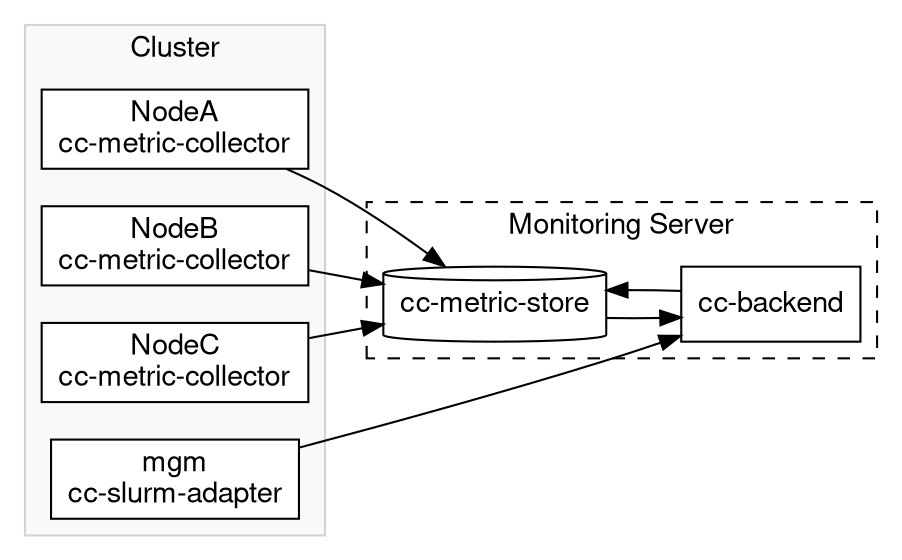
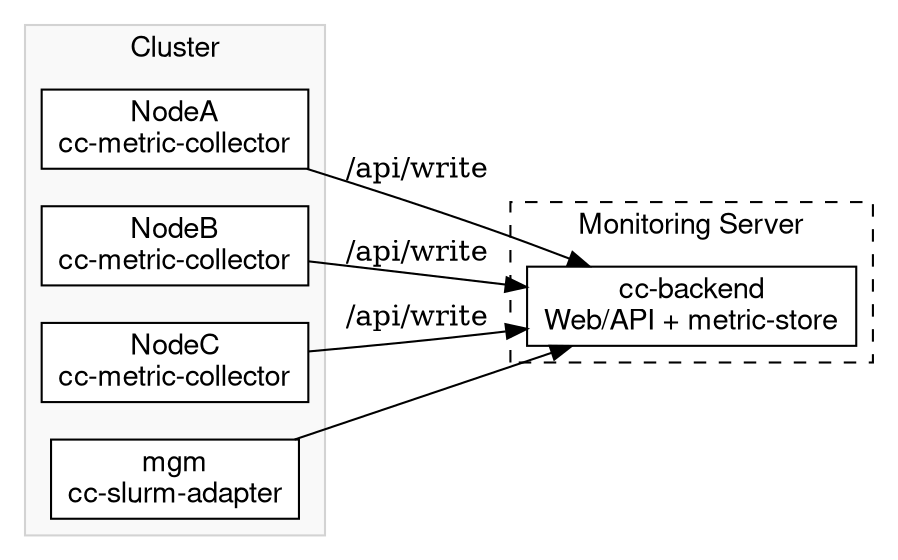
digraph G {
  rankdir=LR;
  fontname="Helvetica,Arial,sans-serif";

  // --- Cluster-Teil ---
  subgraph cluster_cluster {
    label="Cluster";
    color=lightgrey;
    style=filled;
    fillcolor="#f9f9f9";
    node [shape=box, style=filled, fillcolor=white, fontname="Helvetica,Arial,sans-serif"];

    nodeA [label="NodeA\ncc-metric-collector"];
    nodeB [label="NodeB\ncc-metric-collector"];
    nodeC [label="NodeC\ncc-metric-collector"];
    mgm   [label="mgm\ncc-slurm-adapter"];
  }

  // --- Monitoring-Server-Teil ---
  subgraph cluster_monitoring {
    label="Monitoring Server";
    style=dashed;           // <- richtig!
    color=black;
    node [shape=box, style=filled, fillcolor=white, fontname="Helvetica,Arial,sans-serif"];

-     store [label="cc-metric-store", shape=cylinder];
-     backend [label="cc-backend"];
+     backend [label="cc-backend\nWeb/API + metric-store"];
  }

  // --- Kanten ---
-   nodeA -> store;
-   nodeB -> store;
-   nodeC -> store;
+   nodeA -> backend [label="/api/write"];
+   nodeB -> backend [label="/api/write"];
+   nodeC -> backend [label="/api/write"];
  mgm   -> backend;
-   store -> backend;
-   backend -> store;
}
